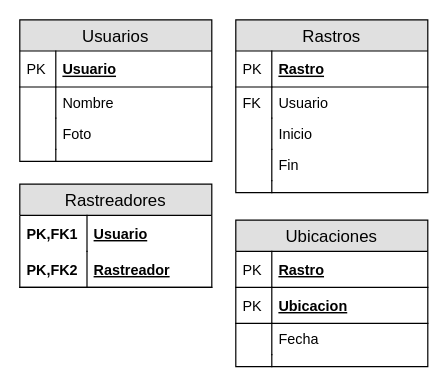
The draw.io diagram page "Tablas" (2 of 2) of Flujo.drawio in asvsoft/pointer.docum, before the edit. Source tidied: cells renumbered, new cells numbered last; positions are measured from the earlier drawing's top-left corner, leaving out a move shared by most shapes. Both pictures are drawn from the tidied source at 120%, with x=0, y=0 at pixel (19, 19).
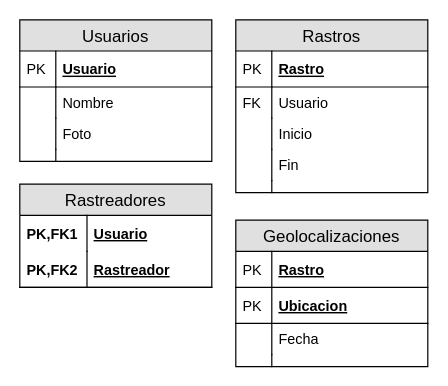
The same page after the edit.

Change to the diagram source:
```diff
@@
-    <mxCell id="13" value="Ubicaciones" style="swimlane;fontStyle=0;horizontal=1;startSize=26;fillColor=#e0e0e0;swimlaneFillColor=#ffffff;align=center;fontSize=14;" parent="1" vertex="1">
+    <mxCell id="13" value="Geolocalizaciones" style="swimlane;fontStyle=0;horizontal=1;startSize=26;fillColor=#e0e0e0;swimlaneFillColor=#ffffff;align=center;fontSize=14;" parent="1" vertex="1">
       <mxGeometry x="180" y="167" width="160" height="122" as="geometry" />
     </mxCell>
```
